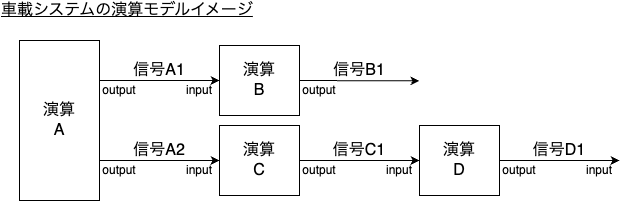
Above: diagram/car_calculation_flow.png in haru-mq/trace-42193 (draw.io), before the change. Source tidied: cells renumbered, new cells last; positions are measured from the earlier drawing's top-left corner, leaving out a move shared by most shapes. Source of this version:
```xml
<mxGraphModel>
  <root>
    <mxCell id="0" />
    <mxCell id="1" parent="0" />
    <mxCell id="2" style="edgeStyle=none;html=1;exitX=1;exitY=0.25;exitDx=0;exitDy=0;entryX=0;entryY=0.5;entryDx=0;entryDy=0;" parent="1" edge="1" source="4" target="6">
      <mxGeometry relative="1" as="geometry" />
    </mxCell>
    <mxCell id="3" style="edgeStyle=none;html=1;exitX=1;exitY=0.75;exitDx=0;exitDy=0;" parent="1" edge="1" source="4" target="8">
      <mxGeometry relative="1" as="geometry" />
    </mxCell>
    <mxCell id="4" value="演算&lt;div&gt;A&lt;/div&gt;" style="whiteSpace=wrap;html=1;fontSize=16;" parent="1" vertex="1">
      <mxGeometry x="20" y="40" width="80" height="160" as="geometry" />
    </mxCell>
    <mxCell id="5" style="edgeStyle=none;html=1;exitX=1;exitY=0.5;exitDx=0;exitDy=0;" parent="1" edge="1" source="6">
      <mxGeometry relative="1" as="geometry">
        <mxPoint x="420" y="80.4" as="targetPoint" />
      </mxGeometry>
    </mxCell>
    <mxCell id="6" value="演算&lt;div&gt;B&lt;/div&gt;" style="whiteSpace=wrap;html=1;fontSize=16;" parent="1" vertex="1">
      <mxGeometry x="220" y="45" width="80" height="70" as="geometry" />
    </mxCell>
    <mxCell id="7" style="edgeStyle=none;html=1;exitX=1;exitY=0.5;exitDx=0;exitDy=0;entryX=0;entryY=0.5;entryDx=0;entryDy=0;" parent="1" edge="1" source="8" target="16">
      <mxGeometry relative="1" as="geometry" />
    </mxCell>
    <mxCell id="8" value="演算&lt;div&gt;C&lt;/div&gt;" style="whiteSpace=wrap;html=1;fontSize=16;" parent="1" vertex="1">
      <mxGeometry x="220" y="125" width="80" height="70" as="geometry" />
    </mxCell>
    <mxCell id="9" value="信号A1" style="whiteSpace=wrap;html=1;fillColor=none;strokeColor=none;fontSize=16;" parent="1" vertex="1">
      <mxGeometry x="120" y="60" width="80" height="20" as="geometry" />
    </mxCell>
    <mxCell id="10" value="input" style="whiteSpace=wrap;html=1;fillColor=none;strokeColor=none;" parent="1" vertex="1">
      <mxGeometry x="180" y="80" width="40" height="20" as="geometry" />
    </mxCell>
    <mxCell id="11" value="output" style="whiteSpace=wrap;html=1;fillColor=none;strokeColor=none;" parent="1" vertex="1">
      <mxGeometry x="100" y="80" width="40" height="20" as="geometry" />
    </mxCell>
    <mxCell id="12" value="信号A2" style="whiteSpace=wrap;html=1;fillColor=none;strokeColor=none;fontSize=16;" parent="1" vertex="1">
      <mxGeometry x="120" y="140" width="80" height="20" as="geometry" />
    </mxCell>
    <mxCell id="13" value="input" style="whiteSpace=wrap;html=1;fillColor=none;strokeColor=none;" parent="1" vertex="1">
      <mxGeometry x="180" y="160" width="40" height="20" as="geometry" />
    </mxCell>
    <mxCell id="14" value="output" style="whiteSpace=wrap;html=1;fillColor=none;strokeColor=none;" parent="1" vertex="1">
      <mxGeometry x="100" y="160" width="40" height="20" as="geometry" />
    </mxCell>
    <mxCell id="15" style="edgeStyle=none;html=1;exitX=1;exitY=0.5;exitDx=0;exitDy=0;entryX=1;entryY=0;entryDx=0;entryDy=0;" parent="1" edge="1" source="16" target="22">
      <mxGeometry relative="1" as="geometry" />
    </mxCell>
    <mxCell id="16" value="演算&lt;div&gt;D&lt;/div&gt;" style="whiteSpace=wrap;html=1;fontSize=16;" parent="1" vertex="1">
      <mxGeometry x="420" y="125" width="80" height="70" as="geometry" />
    </mxCell>
    <mxCell id="17" value="output" style="whiteSpace=wrap;html=1;fillColor=none;strokeColor=none;" parent="1" vertex="1">
      <mxGeometry x="300" y="160" width="40" height="20" as="geometry" />
    </mxCell>
    <mxCell id="18" value="input" style="whiteSpace=wrap;html=1;fillColor=none;strokeColor=none;" parent="1" vertex="1">
      <mxGeometry x="380" y="160" width="40" height="20" as="geometry" />
    </mxCell>
    <mxCell id="19" value="信号C1" style="whiteSpace=wrap;html=1;fillColor=none;strokeColor=none;fontSize=16;" parent="1" vertex="1">
      <mxGeometry x="320" y="140" width="80" height="20" as="geometry" />
    </mxCell>
    <mxCell id="20" value="output" style="whiteSpace=wrap;html=1;fillColor=none;strokeColor=none;" parent="1" vertex="1">
      <mxGeometry x="300" y="80" width="40" height="20" as="geometry" />
    </mxCell>
    <mxCell id="21" value="信号B1" style="whiteSpace=wrap;html=1;fillColor=none;strokeColor=none;fontSize=16;" parent="1" vertex="1">
      <mxGeometry x="320" y="60" width="80" height="20" as="geometry" />
    </mxCell>
    <mxCell id="22" value="input" style="whiteSpace=wrap;html=1;fillColor=none;strokeColor=none;" parent="1" vertex="1">
      <mxGeometry x="580" y="160" width="40" height="20" as="geometry" />
    </mxCell>
    <mxCell id="23" value="output" style="whiteSpace=wrap;html=1;fillColor=none;strokeColor=none;" parent="1" vertex="1">
      <mxGeometry x="500" y="160" width="40" height="20" as="geometry" />
    </mxCell>
    <mxCell id="24" value="信号D1" style="whiteSpace=wrap;html=1;fillColor=none;strokeColor=none;fontSize=16;" parent="1" vertex="1">
      <mxGeometry x="520" y="140" width="80" height="20" as="geometry" />
    </mxCell>
    <mxCell id="25" value="車載システムの演算モデルイメージ" style="whiteSpace=wrap;html=1;fillColor=none;strokeColor=none;fontSize=16;align=left;fontStyle=4;" parent="1" vertex="1">
      <mxGeometry width="280" height="20" as="geometry" />
    </mxCell>
  </root>
</mxGraphModel>
```
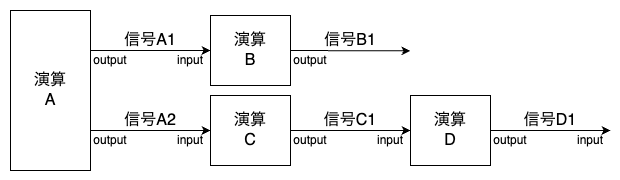
After the change.

Change to the diagram source:
```diff
@@ -2,6 +2,9 @@
   <root>
     <mxCell id="0" />
     <mxCell id="1" parent="0" />
+    <mxCell id="26" style="whiteSpace=wrap;html=1;fontSize=16;strokeColor=none;" parent="1" vertex="1">
+      <mxGeometry x="10" y="30" width="620" height="180" as="geometry" />
+    </mxCell>
     <mxCell id="2" style="edgeStyle=none;html=1;exitX=1;exitY=0.25;exitDx=0;exitDy=0;entryX=0;entryY=0.5;entryDx=0;entryDy=0;" parent="1" edge="1" source="4" target="6">
       <mxGeometry relative="1" as="geometry" />
     </mxCell>
@@ -73,8 +76,5 @@
     <mxCell id="24" value="信号D1" style="whiteSpace=wrap;html=1;fillColor=none;strokeColor=none;fontSize=16;" parent="1" vertex="1">
       <mxGeometry x="520" y="140" width="80" height="20" as="geometry" />
     </mxCell>
-    <mxCell id="25" value="車載システムの演算モデルイメージ" style="whiteSpace=wrap;html=1;fillColor=none;strokeColor=none;fontSize=16;align=left;fontStyle=4;" parent="1" vertex="1">
-      <mxGeometry width="280" height="20" as="geometry" />
-    </mxCell>
   </root>
 </mxGraphModel>
```
